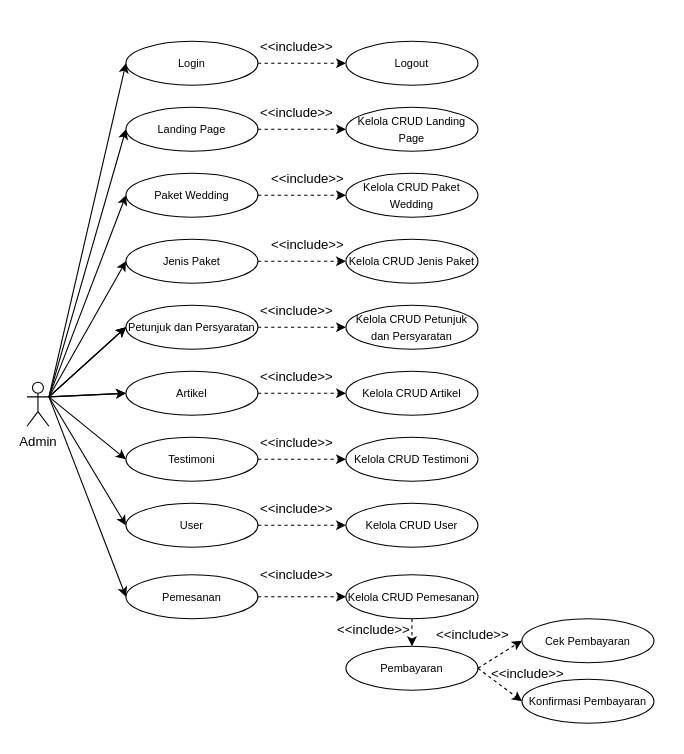
Above: Use Case Diagram Admin.drawio in wepro-v/asset (draw.io), before the change. Source tidied: cells renumbered, new cells numbered last; positions are measured from the earlier drawing's top-left corner, leaving out a move shared by most shapes. Both pictures are drawn from the tidied source at 110%, with x=0, y=0 at pixel (26, 30).
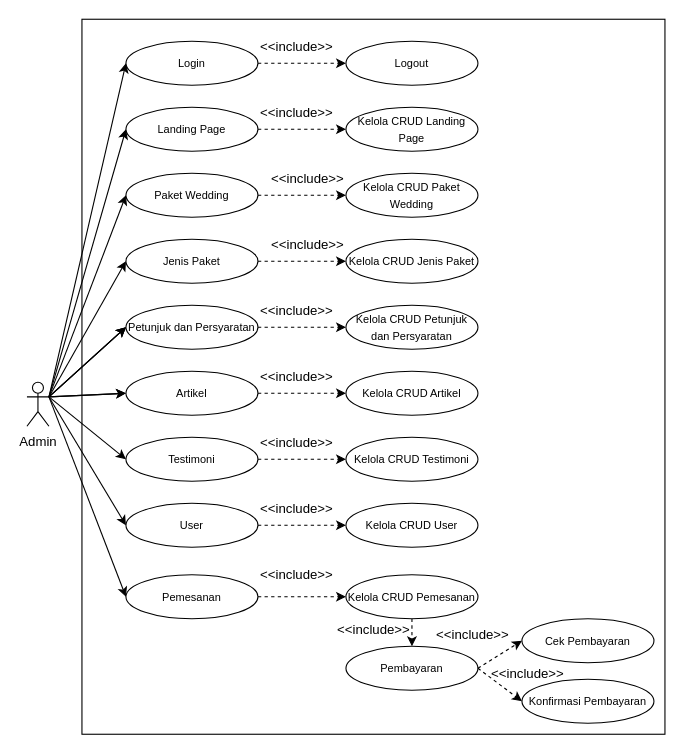
The same diagram, later.

The edit, as a diff of the source:
```diff
@@
+    <mxCell id="60" style="rounded=0;whiteSpace=wrap;html=1;" parent="1" vertex="1">
+      <mxGeometry x="50" y="-10" width="530" height="650" as="geometry" />
+    </mxCell>
```
